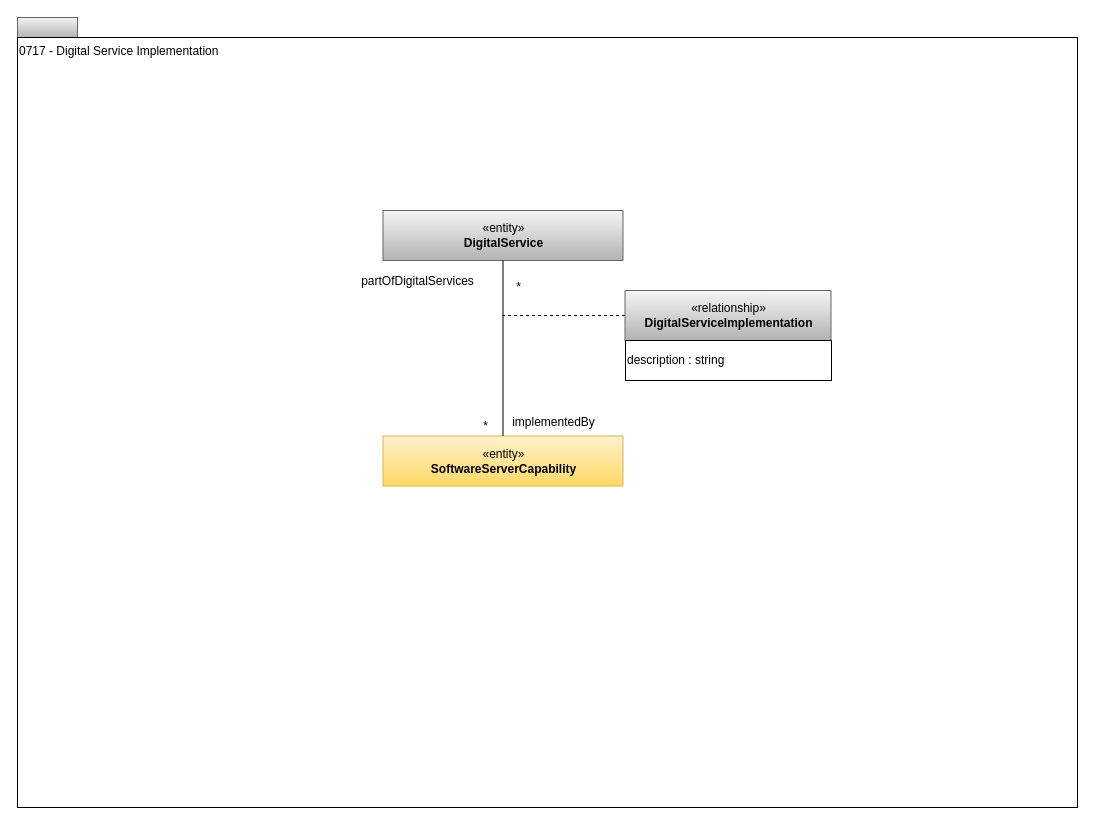
The draw.io diagram page "0717-Digital-Service-Implementation" (4 of 13) of site/docs/types/7/area-7-lineage.drawio in odpi/egeria-docs, before the edit. Source tidied: cells renumbered, new cells numbered last; positions are measured from the earlier drawing's top-left corner, leaving out a move shared by most shapes. Both pictures are drawn from the tidied source at 100%, with x=0, y=0 at pixel (17, 17).
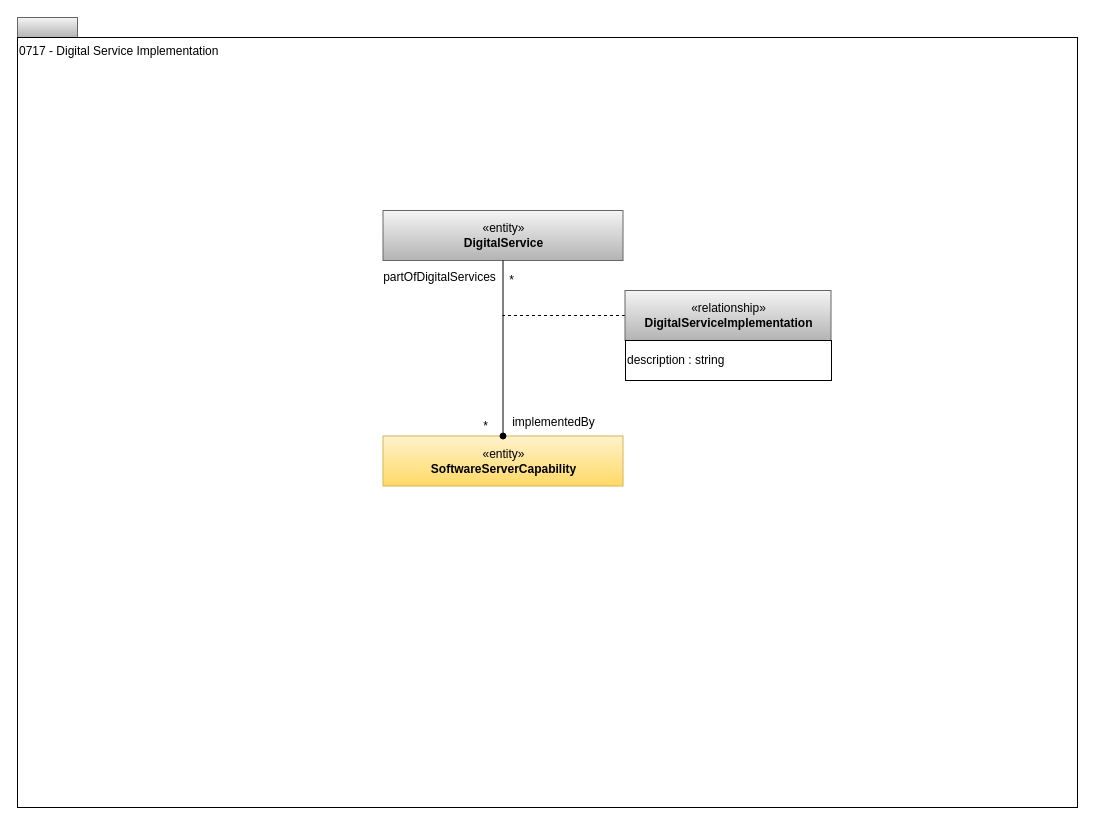
Above is the later version.

Change to the diagram source:
```diff
@@
 <mxGraphModel>
   <root>
     <mxCell id="0" />
     <mxCell id="1" parent="0" />
     <mxCell id="2" style="rounded=0;whiteSpace=wrap;html=1;align=left;fillColor=#f5f5f5;strokeColor=#666666;gradientColor=#b3b3b3;" parent="1" vertex="1">
       <mxGeometry width="60" height="20" as="geometry" />
     </mxCell>
     <mxCell id="3" value="0717 - Digital Service Implementation" style="rounded=0;whiteSpace=wrap;html=1;align=left;verticalAlign=top;" parent="1" vertex="1">
       <mxGeometry y="20" width="1060" height="770" as="geometry" />
     </mxCell>
     <mxCell id="4" value="«entity»&lt;br&gt;&lt;b&gt;DigitalService&lt;/b&gt;" style="html=1;strokeColor=#666666;align=center;fillColor=#f5f5f5;gradientColor=#b3b3b3;" parent="1" vertex="1">
       <mxGeometry x="365.5" y="193" width="240" height="50" as="geometry" />
     </mxCell>
     <mxCell id="5" value="«entity»&lt;br&gt;&lt;b&gt;SoftwareServerCapability&lt;/b&gt;" style="html=1;strokeColor=#d6b656;align=center;fillColor=#fff2cc;gradientColor=#ffd966;" parent="1" vertex="1">
       <mxGeometry x="365.5" y="418.5" width="240" height="50" as="geometry" />
     </mxCell>
-    <mxCell id="6" style="edgeStyle=orthogonalEdgeStyle;rounded=0;html=1;exitX=0.5;exitY=0;endArrow=none;endFill=0;jettySize=auto;entryX=0.5;entryY=1;entryDx=0;entryDy=0;exitDx=0;exitDy=0;" parent="1" edge="1" source="5" target="4">
-      <mxGeometry relative="1" as="geometry" />
-    </mxCell>
     <mxCell id="7" style="edgeStyle=orthogonalEdgeStyle;rounded=0;html=1;exitX=0;exitY=0.5;endArrow=none;endFill=0;jettySize=auto;dashed=1;" parent="1" edge="1" source="8">
       <mxGeometry relative="1" as="geometry">
         <mxPoint x="485" y="298" as="targetPoint" />
       </mxGeometry>
     </mxCell>
     <mxCell id="8" value="«relationship»&lt;br&gt;&lt;b&gt;DigitalServiceImplementation&lt;/b&gt;" style="html=1;strokeColor=#666666;align=center;fillColor=#f5f5f5;gradientColor=#b3b3b3;" parent="1" vertex="1">
       <mxGeometry x="607.5" y="273" width="206" height="50" as="geometry" />
     </mxCell>
     <mxCell id="9" value="description : string" style="rounded=0;whiteSpace=wrap;html=1;strokeColor=#000000;gradientColor=#ffffff;align=left;" parent="1" vertex="1">
       <mxGeometry x="608" y="323" width="206" height="40" as="geometry" />
     </mxCell>
     <mxCell id="10" value="*" style="text;html=1;align=center;verticalAlign=top;spacingTop=-4;" parent="1" vertex="1">
-      <mxGeometry x="493" y="260" width="15" height="14" as="geometry" />
+      <mxGeometry x="486" y="253" width="15" height="14" as="geometry" />
     </mxCell>
     <mxCell id="11" value="*" style="text;html=1;align=center;verticalAlign=top;spacingTop=-4;" parent="1" vertex="1">
       <mxGeometry x="460" y="398.5" width="15" height="14" as="geometry" />
     </mxCell>
     <mxCell id="12" value="partOfDigitalServices" style="text;html=1;align=center;verticalAlign=top;spacingTop=-4;" parent="1" vertex="1">
-      <mxGeometry x="335" y="254" width="130" height="20" as="geometry" />
+      <mxGeometry x="357" y="250" width="130" height="20" as="geometry" />
     </mxCell>
     <mxCell id="13" value="implementedBy" style="text;html=1;align=center;verticalAlign=top;spacingTop=-4;" parent="1" vertex="1">
       <mxGeometry x="486" y="395" width="100" height="20" as="geometry" />
     </mxCell>
+    <mxCell id="6" style="edgeStyle=orthogonalEdgeStyle;rounded=0;html=1;exitX=0.5;exitY=0;endArrow=none;endFill=0;jettySize=auto;entryX=0.5;entryY=1;entryDx=0;entryDy=0;exitDx=0;exitDy=0;startArrow=oval;startFill=1;" parent="1" edge="1" source="5" target="4">
+      <mxGeometry relative="1" as="geometry" />
+    </mxCell>
   </root>
 </mxGraphModel>
```
